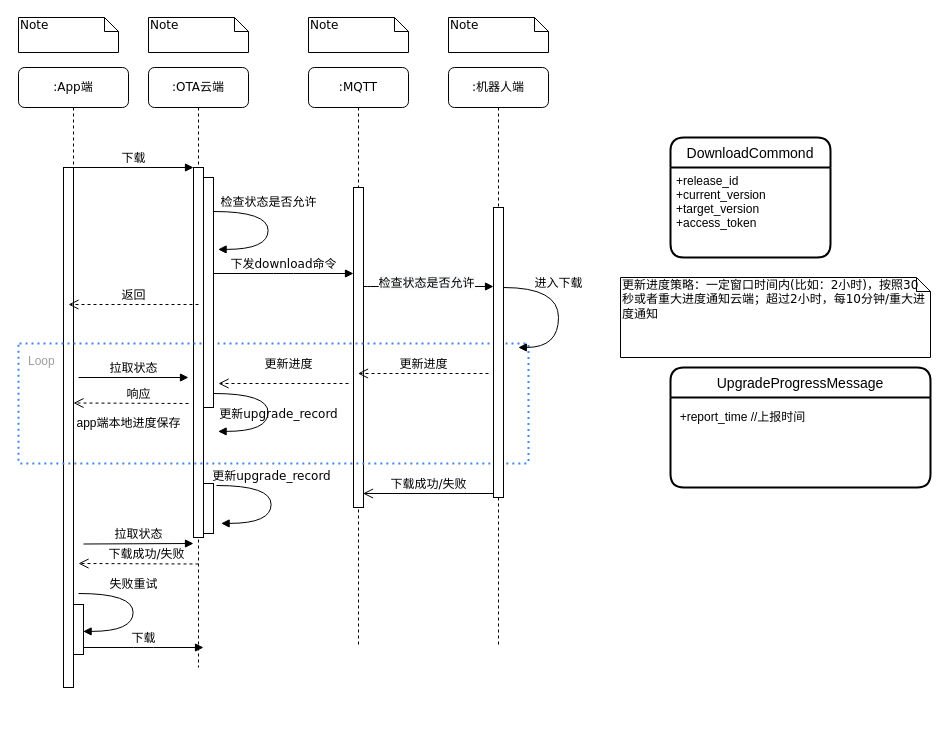
The draw.io diagram craft/download_flow.drawio in feihu618/drawio, before the edit. Source tidied: cells renumbered, new cells numbered last; positions are measured from the earlier drawing's top-left corner, leaving out a move shared by most shapes. Both pictures are drawn from the tidied source at 100%, with x=0, y=0 at pixel (18, 17).
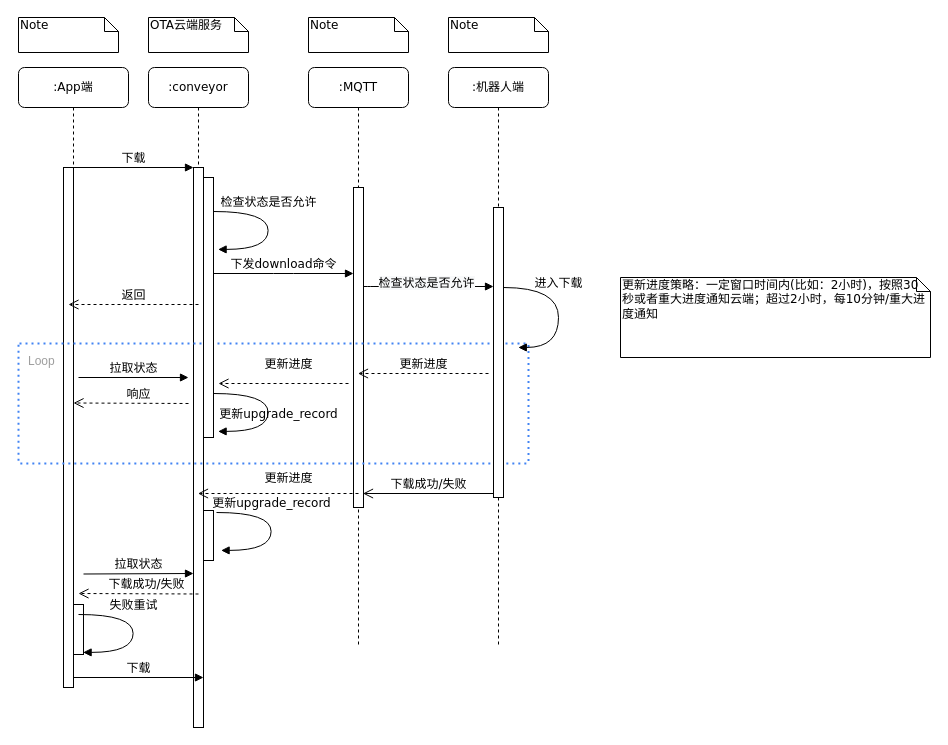
The same page after the edit.

Unchanged cells that the change refers to:
```xml
<mxCell id="10" value=":App端" style="shape=umlLifeline;perimeter=lifelinePerimeter;whiteSpace=wrap;html=1;outlineConnect=0;rounded=1;shadow=0;comic=0;labelBackgroundColor=none;strokeWidth=1;fontFamily=Verdana;fontSize=12;align=center;" parent="1" vertex="1">
  <mxGeometry y="50" width="110" height="620" as="geometry" />
</mxCell>
```

The edit, as a diff of the source:
```diff
@@
-    <mxCell id="2" value=":OTA云端" style="shape=umlLifeline;perimeter=lifelinePerimeter;whiteSpace=wrap;html=1;outlineConnect=0;rounded=1;shadow=0;comic=0;labelBackgroundColor=none;strokeWidth=1;fontFamily=Verdana;fontSize=12;align=center;" parent="1" vertex="1">
-      <mxGeometry x="130" y="50" width="100" height="600" as="geometry" />
+    <mxCell id="2" value=":conveyor" style="shape=umlLifeline;perimeter=lifelinePerimeter;whiteSpace=wrap;html=1;outlineConnect=0;rounded=1;shadow=0;comic=0;labelBackgroundColor=none;strokeWidth=1;fontFamily=Verdana;fontSize=12;align=center;" parent="1" vertex="1">
+      <mxGeometry x="130" y="50" width="100" height="660" as="geometry" />
     </mxCell>
     <mxCell id="3" style="html=1;points=[];perimeter=orthogonalPerimeter;rounded=0;shadow=0;comic=0;labelBackgroundColor=none;strokeWidth=1;fontFamily=Verdana;fontSize=12;align=center;" parent="2" vertex="1">
-      <mxGeometry x="45" y="100" width="10" height="370" as="geometry" />
+      <mxGeometry x="45" y="100" width="10" height="560" as="geometry" />
     </mxCell>
@@
     <mxCell id="5" style="html=1;perimeter=orthogonalPerimeter;rounded=0;shadow=0;comic=0;labelBackgroundColor=none;strokeWidth=1;fontFamily=Verdana;fontSize=12;align=center;" parent="2" vertex="1">
-      <mxGeometry x="55" y="416" width="10" height="50" as="geometry" />
+      <mxGeometry x="55" y="443" width="10" height="50" as="geometry" />
     </mxCell>
     <mxCell id="6" value="拉取状态" style="html=1;verticalAlign=bottom;endArrow=block;entryX=0;entryY=0;labelBackgroundColor=none;fontFamily=Verdana;fontSize=12;edgeStyle=elbowEdgeStyle;elbow=vertical;" parent="2" edge="1">
       <mxGeometry relative="1" as="geometry">
-        <mxPoint x="-65" y="476.5" as="sourcePoint" />
-        <mxPoint x="45" y="476" as="targetPoint" />
+        <mxPoint x="-65" y="506.5" as="sourcePoint" />
+        <mxPoint x="45" y="506" as="targetPoint" />
         <Array as="points">
-          <mxPoint x="-80" y="476" />
+          <mxPoint x="-80" y="506" />
         </Array>
       </mxGeometry>
     </mxCell>
@@
-    <mxCell id="14" value="app端本地进度保存" style="text;html=1;align=center;verticalAlign=middle;fillColor=none;strokeColor=none;rounded=0;" parent="10" vertex="1">
-      <mxGeometry x="50" y="346" width="120" height="20" as="geometry" />
-    </mxCell>
@@
-    <mxCell id="22" value="Note" style="shape=note;whiteSpace=wrap;html=1;size=14;verticalAlign=top;align=left;spacingTop=-6;rounded=0;shadow=0;comic=0;labelBackgroundColor=none;strokeWidth=1;fontFamily=Verdana;fontSize=12;" parent="1" vertex="1">
+    <mxCell id="22" value="&lt;span style=&quot;text-align: center;&quot;&gt;OTA云端服务&lt;/span&gt;" style="shape=note;whiteSpace=wrap;html=1;size=14;verticalAlign=top;align=left;spacingTop=-6;rounded=0;shadow=0;comic=0;labelBackgroundColor=none;strokeWidth=1;fontFamily=Verdana;fontSize=12;" parent="1" vertex="1">
       <mxGeometry x="130" width="100" height="35" as="geometry" />
     </mxCell>
@@
     <mxCell id="25" style="html=1;points=[];perimeter=orthogonalPerimeter;rounded=0;shadow=0;comic=0;labelBackgroundColor=none;strokeWidth=1;fontFamily=Verdana;fontSize=12;align=center;" parent="1" vertex="1">
-      <mxGeometry x="185" y="160" width="10" height="230" as="geometry" />
+      <mxGeometry x="185" y="160" width="10" height="260" as="geometry" />
     </mxCell>
@@
     <mxCell id="34" value="下载成功/失败" style="html=1;verticalAlign=bottom;endArrow=open;dashed=1;endSize=8;labelBackgroundColor=none;fontFamily=Verdana;fontSize=12;" parent="1" edge="1">
       <mxGeometry x="-0.13" relative="1" as="geometry">
-        <mxPoint x="180" y="546.5" as="sourcePoint" />
-        <mxPoint x="60" y="546" as="targetPoint" />
+        <mxPoint x="180" y="576.5" as="sourcePoint" />
+        <mxPoint x="60" y="576" as="targetPoint" />
       </mxGeometry>
     </mxCell>
     <mxCell id="35" value="更新upgrade_record" style="html=1;verticalAlign=bottom;endArrow=block;labelBackgroundColor=none;fontFamily=Verdana;fontSize=12;elbow=vertical;edgeStyle=orthogonalEdgeStyle;curved=1;entryX=1;entryY=0.286;entryPerimeter=0;exitX=1.038;exitY=0.345;exitPerimeter=0;" parent="1" edge="1">
       <mxGeometry x="-0.23" relative="1" as="geometry">
-        <mxPoint x="198" y="468" as="sourcePoint" />
-        <mxPoint x="202.6" y="505.9" as="targetPoint" />
+        <mxPoint x="198" y="495" as="sourcePoint" />
+        <mxPoint x="202.6" y="532.9" as="targetPoint" />
         <Array as="points">
-          <mxPoint x="252.6" y="467.9" />
-          <mxPoint x="252.6" y="505.9" />
+          <mxPoint x="252.6" y="494.9" />
+          <mxPoint x="252.6" y="532.9" />
         </Array>
       </mxGeometry>
     </mxCell>
     <mxCell id="36" value="失败重试" style="html=1;verticalAlign=bottom;endArrow=block;labelBackgroundColor=none;fontFamily=Verdana;fontSize=12;elbow=vertical;edgeStyle=orthogonalEdgeStyle;curved=1;entryX=1;entryY=0.286;entryPerimeter=0;exitX=1.038;exitY=0.345;exitPerimeter=0;" parent="1" edge="1">
       <mxGeometry x="-0.23" relative="1" as="geometry">
-        <mxPoint x="60" y="576" as="sourcePoint" />
-        <mxPoint x="64.6" y="613.9" as="targetPoint" />
+        <mxPoint x="60" y="597" as="sourcePoint" />
+        <mxPoint x="64.6" y="634.9" as="targetPoint" />
         <Array as="points">
-          <mxPoint x="114.6" y="575.9" />
-          <mxPoint x="114.6" y="613.9" />
+          <mxPoint x="114.6" y="596.9" />
+          <mxPoint x="114.6" y="634.9" />
         </Array>
       </mxGeometry>
     </mxCell>
-    <mxCell id="37" value="下载" style="html=1;verticalAlign=bottom;endArrow=block;entryX=0;entryY=0;labelBackgroundColor=none;fontFamily=Verdana;fontSize=12;edgeStyle=elbowEdgeStyle;elbow=vertical;" parent="1" edge="1">
+    <mxCell id="37" value="下载" style="html=1;verticalAlign=bottom;endArrow=block;entryX=0;entryY=0;labelBackgroundColor=none;fontFamily=Verdana;fontSize=12;edgeStyle=elbowEdgeStyle;elbow=vertical;" parent="1" edge="1" source="10">
       <mxGeometry relative="1" as="geometry">
-        <mxPoint x="65" y="630" as="sourcePoint" />
-        <mxPoint x="185" y="630" as="targetPoint" />
+        <mxPoint x="185" y="660" as="targetPoint" />
       </mxGeometry>
     </mxCell>
-    <mxCell id="38" value="DownloadCommond" style="swimlane;horizontal=1;startSize=30;rounded=1;fontSize=14;fontStyle=0;strokeWidth=2;shadow=0;dashed=0;align=center;" parent="1" vertex="1">
-      <mxGeometry x="652" y="120" width="160" height="120" as="geometry" />
-    </mxCell>
-    <mxCell id="39" value="+release_id&#10;+current_version&#10;+target_version&#10;+access_token" style="align=left;strokeColor=none;fillColor=none;spacingLeft=4;fontSize=12;verticalAlign=top;" parent="38" vertex="1">
-      <mxGeometry y="30" width="160" height="90" as="geometry" />
-    </mxCell>
-    <mxCell id="40" value="UpgradeProgressMessage" style="swimlane;horizontal=1;startSize=30;rounded=1;fontSize=14;fontStyle=0;strokeWidth=2;shadow=0;dashed=0;align=center;" parent="1" vertex="1">
-      <mxGeometry x="652" y="350" width="260" height="120" as="geometry" />
-    </mxCell>
-    <mxCell id="41" value="&lt;span style=&quot;text-align: left;&quot;&gt;+report_time //上报时间&lt;/span&gt;" style="text;html=1;align=center;verticalAlign=middle;strokeColor=none;fillColor=none;" parent="1" vertex="1">
-      <mxGeometry x="654" y="390" width="140" height="20" as="geometry" />
-    </mxCell>
@@
+    <mxCell id="43" value="更新进度" style="html=1;verticalAlign=bottom;endArrow=open;dashed=1;endSize=8;labelBackgroundColor=none;fontFamily=Verdana;fontSize=12;" parent="1" edge="1" target="2">
+      <mxGeometry x="-0.13" y="-6" relative="1" as="geometry">
+        <mxPoint x="340" y="476" as="sourcePoint" />
+      </mxGeometry>
+    </mxCell>
```
